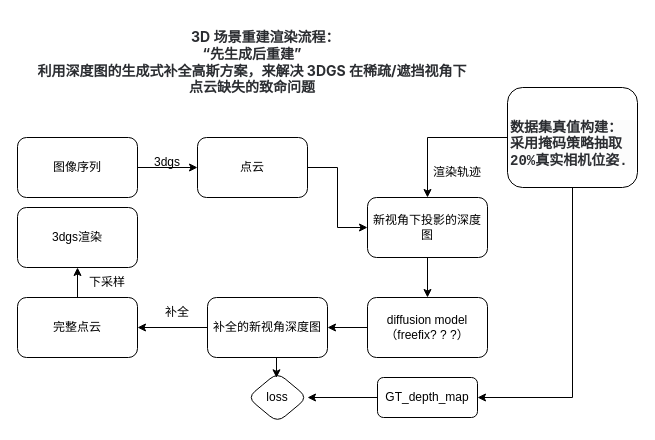
Before: model_net.drawio in zzcPeace/draw.io, a draw.io diagram. Source tidied: cells renumbered, new cells numbered last; positions are measured from the earlier drawing's top-left corner, leaving out a move shared by most shapes. Both pictures are drawn from the tidied source at 100%, with x=0, y=0 at pixel (17, 17).
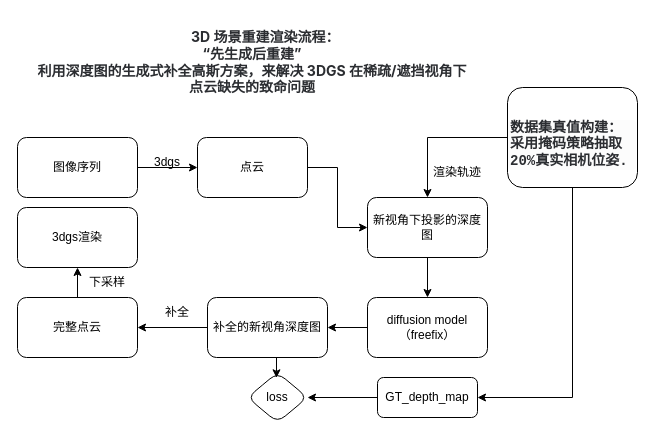
Above is the later version.

Diff of the diagram source:
```diff
@@
-    <mxCell id="18" value="diffusion model&lt;br&gt;（freefix? ? ?）" style="rounded=1;whiteSpace=wrap;html=1;" parent="1" vertex="1">
+    <mxCell id="18" value="diffusion model&lt;br&gt;（freefix）" style="rounded=1;whiteSpace=wrap;html=1;" parent="1" vertex="1">
       <mxGeometry x="350" y="280" width="120" height="60" as="geometry" />
     </mxCell>
```
